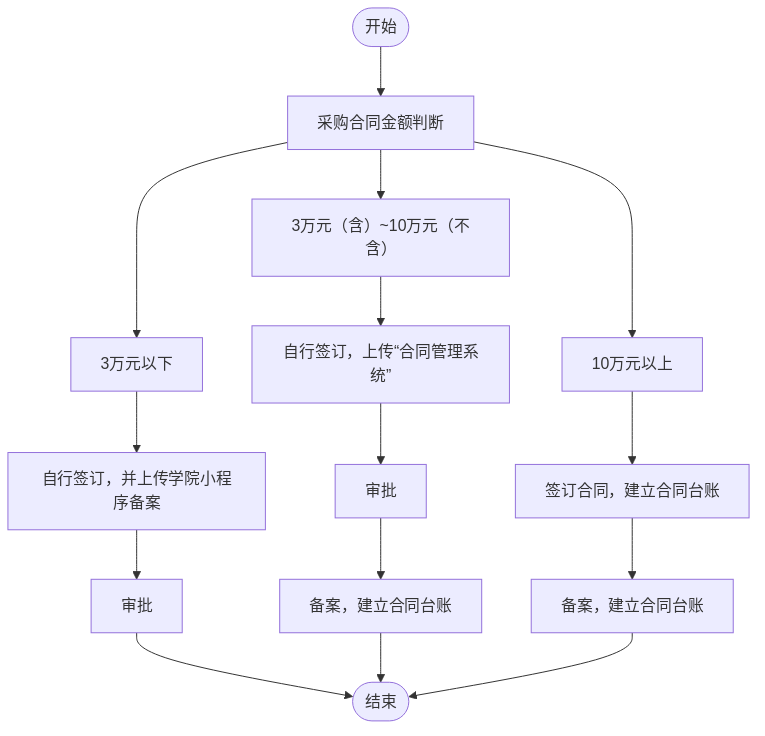
This is outline2flow/flow_outputs/page_31.png from AmyIvan/work1, a Mermaid export, as it was before one commit. Its source is kept beside it as outline2flow/mmd_outputs/page_31.mmd.
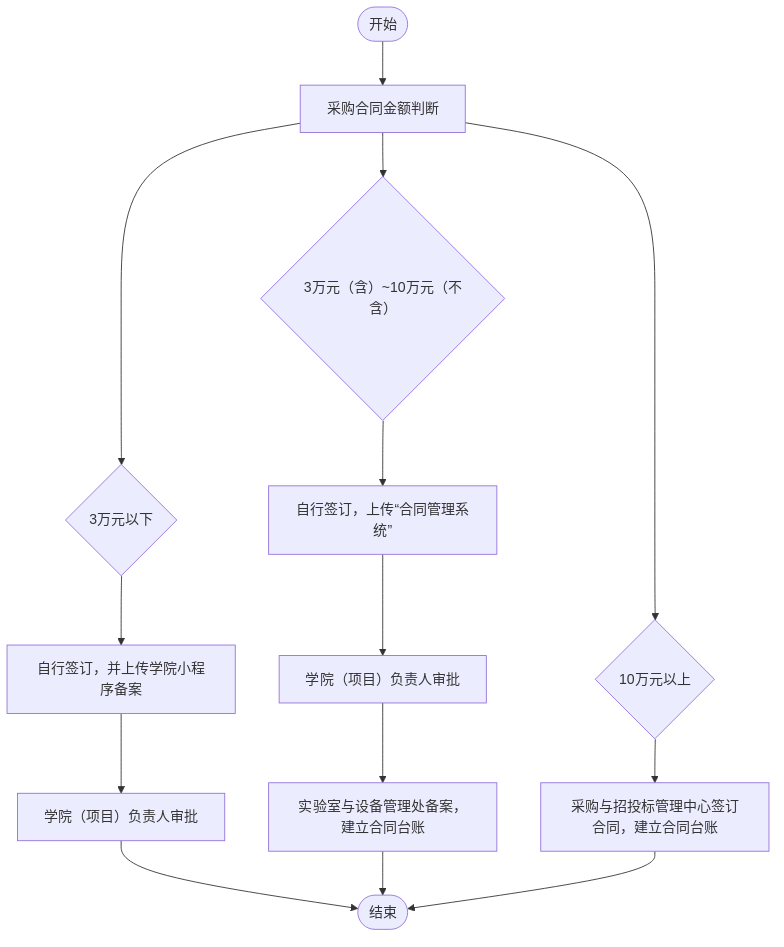
The same diagram one commit later.

Change to the diagram source:
```diff
@@ -1,8 +1,14 @@
 flowchart TD
-    Start(["开始"]) --> AmountJudgment["采购合同金额判断"]
-    AmountJudgment --> Below30k["3万元以下"]
-    AmountJudgment --> Between30kAnd100k["3万元（含）~10万元（不含）"]
-    AmountJudgment --> Above100k["10万元以上"]
-    Below30k --> SignAndUpload["自行签订，并上传学院小程序备案"] --> Approval1["审批"] --> End(["结束"])
-    Between30kAnd100k --> SignAndUploadSystem["自行签订，上传“合同管理系统”"] --> Approval2["审批"] --> Record1["备案，建立合同台账"] --> End(["结束"])
-    Above100k --> SignAndRecord["签订合同，建立合同台账"] --> Record2["备案，建立合同台账"] --> End(["结束"])
+    A(["开始"]) --> B["采购合同金额判断"]
+    B --> C{"3万元以下"}
+    C --> D["自行签订，并上传学院小程序备案"]
+    D --> E["学院（项目）负责人审批"]
+    E --> F(["结束"])
+    B --> G{"3万元（含）~10万元（不含）"}
+    G --> H["自行签订，上传“合同管理系统”"]
+    H --> I["学院（项目）负责人审批"]
+    I --> J["实验室与设备管理处备案，建立合同台账"]
+    J --> F
+    B --> K{"10万元以上"}
+    K --> L["采购与招投标管理中心签订合同，建立合同台账"]
+    L --> F
```
